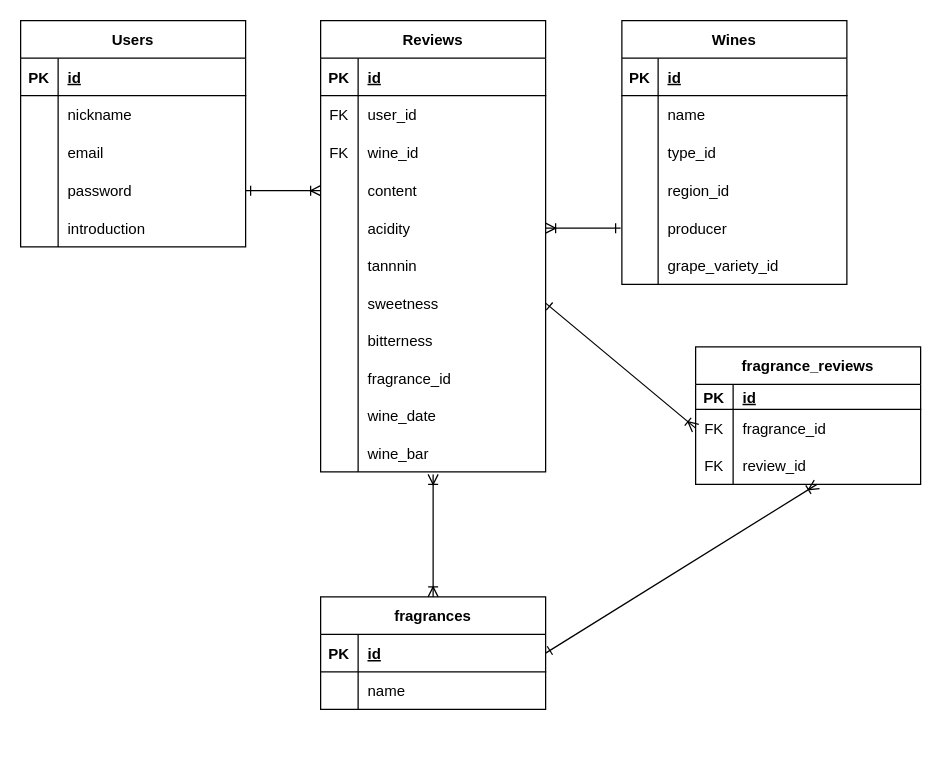
OKI-2024/iam_som keeps this draw.io diagram as ER.dio. Above is the earlier version. Source tidied: cells renumbered, new cells numbered last; positions are measured from the earlier drawing's top-left corner, leaving out a move shared by most shapes. Both pictures are drawn from the tidied source at 125%, with x=0, y=0 at pixel (20, 20).
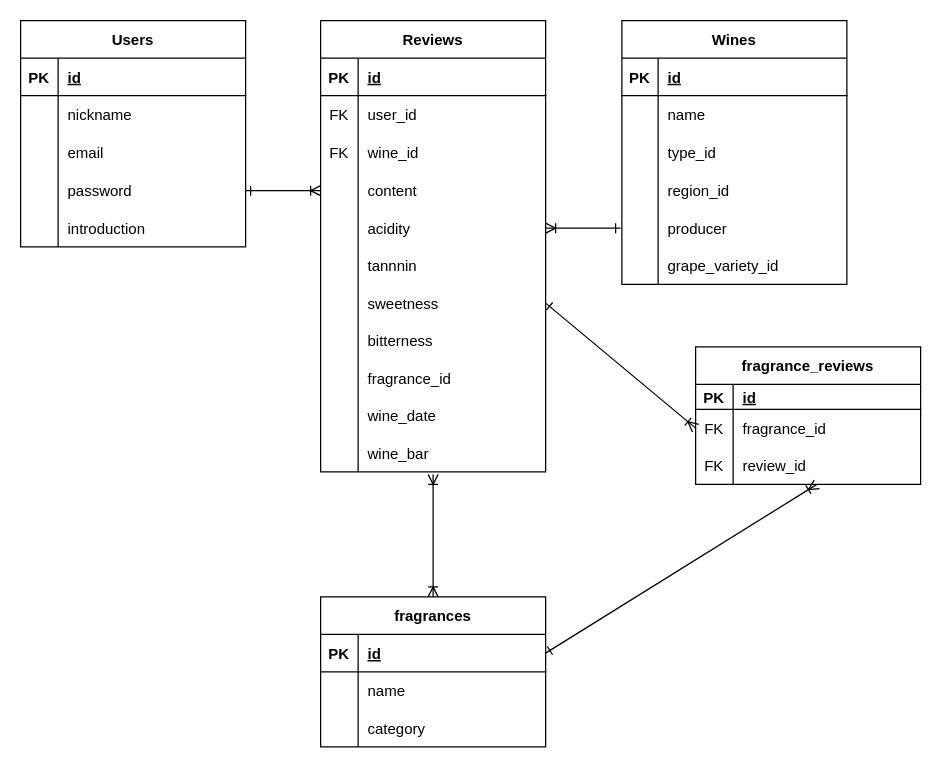
The same diagram, later.

What changed in the source:
```diff
@@
     <mxCell id="72" value="fragrances" style="shape=table;startSize=30;childLayout=tableLayout;rowLines=0;fontStyle=1;align=center;" parent="1" vertex="1">
-      <mxGeometry x="240" y="461" width="180" height="90" as="geometry" />
+      <mxGeometry x="240" y="461" width="180" height="120" as="geometry" />
     </mxCell>
@@
+    <mxCell id="93" style="shape=tableRow;horizontal=0;startSize=0;swimlaneHead=0;swimlaneBody=0;fillColor=none;top=0;left=0;right=0;bottom=0;" parent="72" vertex="1">
+      <mxGeometry y="90" width="180" height="30" as="geometry" />
+    </mxCell>
+    <mxCell id="94" style="shape=partialRectangle;fillColor=none;top=0;left=0;bottom=0;right=0;overflow=hidden;" parent="93" vertex="1">
+      <mxGeometry width="30" height="30" as="geometry" />
+    </mxCell>
+    <mxCell id="95" value="category" style="shape=partialRectangle;fillColor=none;top=0;left=0;bottom=0;right=0;align=left;spacingLeft=6;overflow=hidden;" parent="93" vertex="1">
+      <mxGeometry x="30" width="150" height="30" as="geometry" />
+    </mxCell>
```
